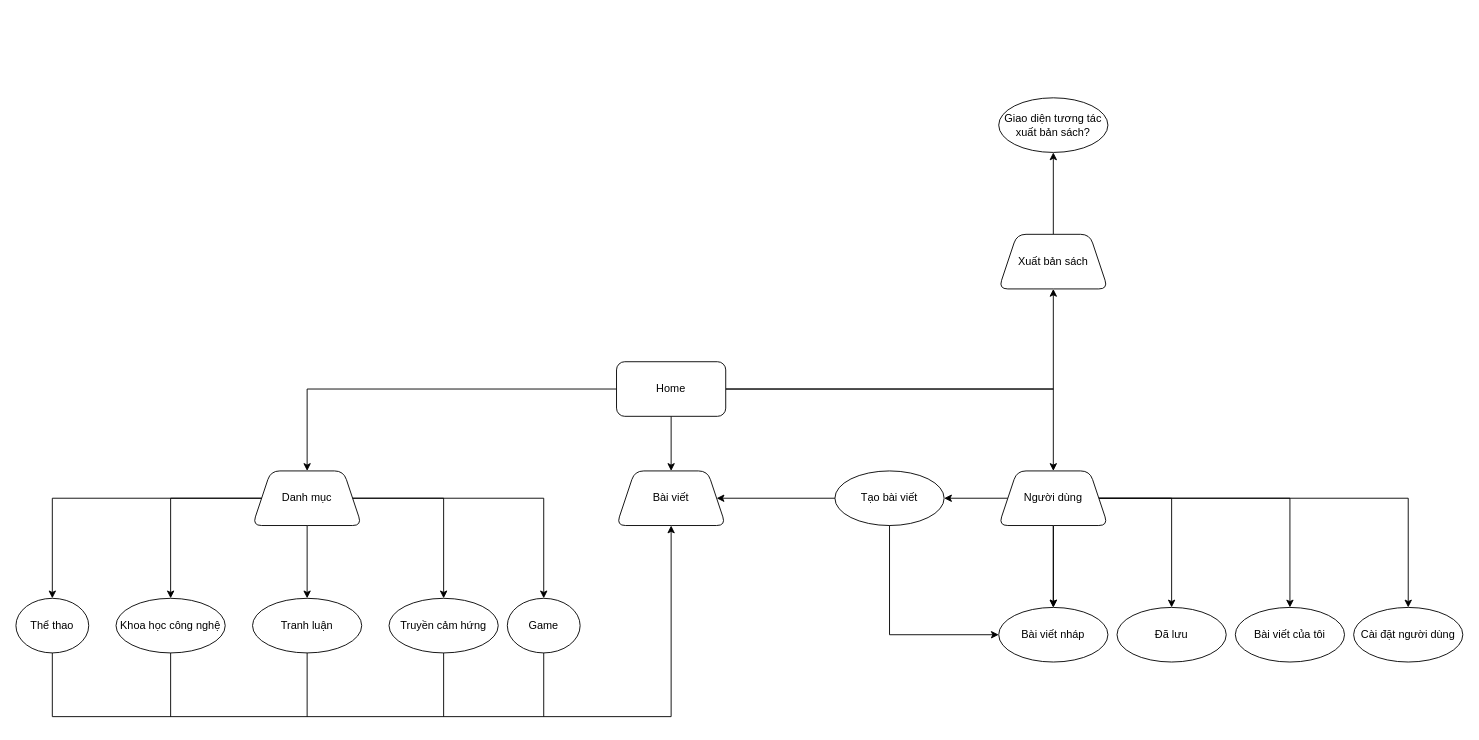
This is web.drawio from khoatd2611/project-frontend-map, a draw.io file, before an edit. Source tidied: cells renumbered, new cells numbered last; positions are measured from the earlier drawing's top-left corner, leaving out a move shared by most shapes. Both pictures are drawn from the tidied source at 91%, with x=0, y=0 at pixel (15, 97).
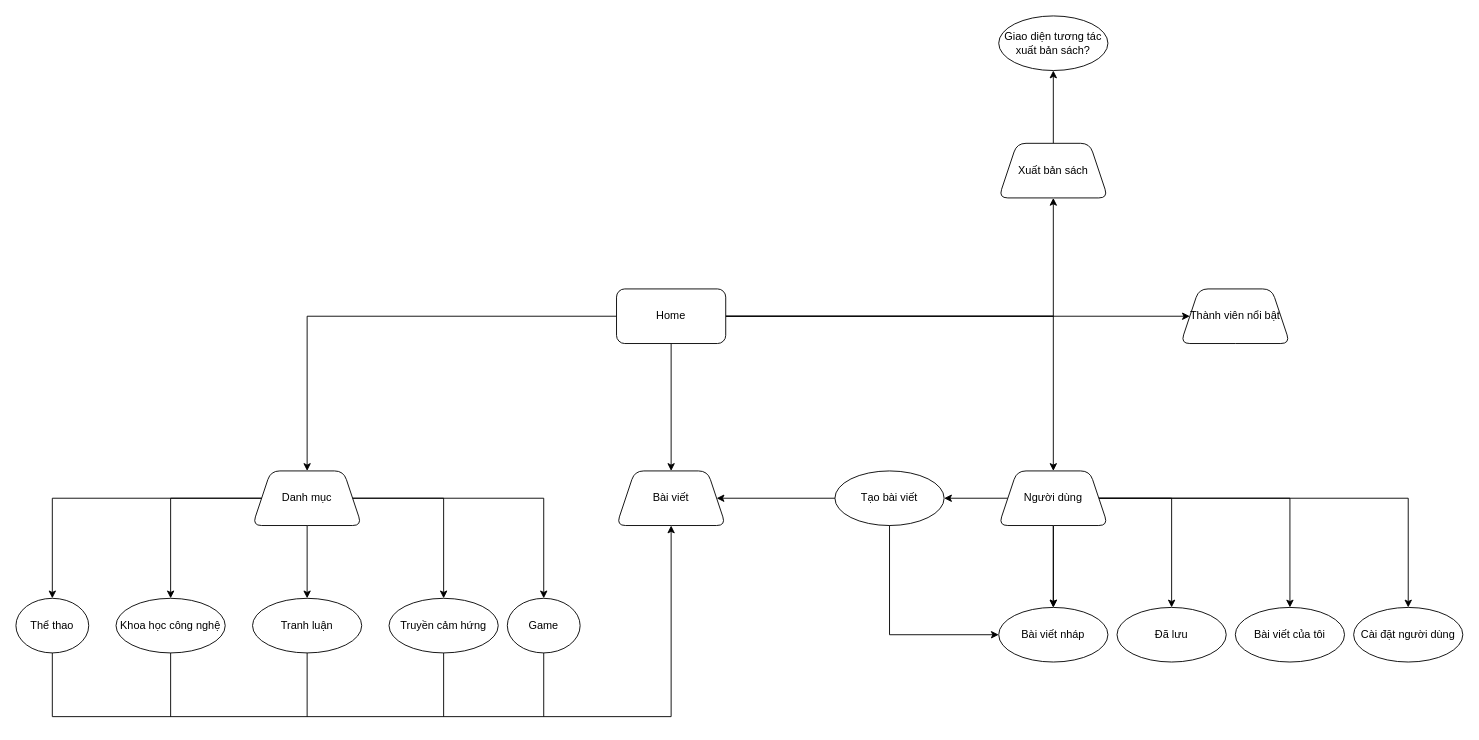
The same diagram, later.

What changed in the source:
```diff
@@
+    <mxCell id="43" style="edgeStyle=orthogonalEdgeStyle;rounded=0;jettySize=auto;html=1;fontSize=17;" parent="1" edge="1" source="6" target="44">
+      <mxGeometry relative="1" as="geometry" />
+    </mxCell>
     <mxCell id="6" value="Home" style="rounded=1;whiteSpace=wrap;html=1;" parent="1" vertex="1">
-      <mxGeometry x="660" y="290" width="120" height="60" as="geometry" />
+      <mxGeometry x="660" y="210" width="120" height="60" as="geometry" />
     </mxCell>
@@
     <mxCell id="41" value="Xuất bản sách" style="shape=trapezoid;perimeter=trapezoidPerimeter;whiteSpace=wrap;html=1;fixedSize=1;rounded=1;" parent="1" vertex="1">
-      <mxGeometry x="1080" y="150" width="120" height="60" as="geometry" />
+      <mxGeometry x="1080" y="50" width="120" height="60" as="geometry" />
     </mxCell>
     <mxCell id="42" value="Giao diện tương tác xuất bản sách?" style="ellipse;whiteSpace=wrap;html=1;rounded=1;" parent="1" vertex="1">
-      <mxGeometry x="1080" width="120" height="60" as="geometry" />
+      <mxGeometry x="1080" y="-90" width="120" height="60" as="geometry" />
     </mxCell>
+    <mxCell id="44" value="Thành viên nổi bật" style="shape=trapezoid;perimeter=trapezoidPerimeter;whiteSpace=wrap;html=1;fixedSize=1;rounded=1;" parent="1" vertex="1">
+      <mxGeometry x="1280" y="210" width="120" height="60" as="geometry" />
+    </mxCell>
```
